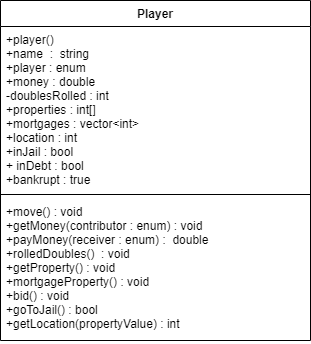
The draw.io diagram Player_Monopoly_UML.drawio.png in NReedel/Monopoly, before a commit. Source tidied: cells renumbered, new cells last; positions are measured from the earlier drawing's top-left corner, leaving out a move shared by most shapes.
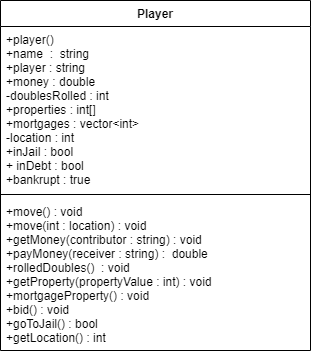
The same file after the commit.

The edit, as a diff of the source:
```diff
@@ -3,16 +3,16 @@
     <mxCell id="0" style="html=1;" />
     <mxCell id="1" style="html=1;" parent="0" />
     <mxCell id="2" value="Player" style="swimlane;fontStyle=1;align=center;verticalAlign=top;horizontal=1;startSize=26;" parent="1" vertex="1">
-      <mxGeometry width="310" height="340" as="geometry" />
+      <mxGeometry width="310" height="350" as="geometry" />
     </mxCell>
-    <mxCell id="3" value="+player()&#10;+name  :  string&#10;+player : enum&#10;+money : double&#10;-doublesRolled : int&#10;+properties : int[]&#10;+mortgages : vector&lt;int&gt;&#10;+location : int&#10;+inJail : bool&#10;+ inDebt : bool&#10;+bankrupt : true&#10;" style="text;strokeColor=none;fillColor=none;align=left;verticalAlign=top;spacingLeft=4;spacingRight=4;overflow=hidden;" parent="2" vertex="1">
+    <mxCell id="3" value="+player()&#10;+name  :  string&#10;+player : string&#10;+money : double&#10;-doublesRolled : int&#10;+properties : int[]&#10;+mortgages : vector&lt;int&gt;&#10;-location : int&#10;+inJail : bool&#10;+ inDebt : bool&#10;+bankrupt : true&#10;" style="text;strokeColor=none;fillColor=none;align=left;verticalAlign=top;spacingLeft=4;spacingRight=4;overflow=hidden;" parent="2" vertex="1">
       <mxGeometry y="26" width="310" height="164" as="geometry" />
     </mxCell>
     <mxCell id="4" style="line;strokeWidth=1;fillColor=none;align=left;verticalAlign=middle;spacingTop=-1;spacingLeft=3;spacingRight=3;labelPosition=right;strokeColor=inherit;" parent="2" vertex="1">
       <mxGeometry y="190" width="310" height="8" as="geometry" />
     </mxCell>
-    <mxCell id="5" value="+move() : void&#10;+getMoney(contributor : enum) : void&#10;+payMoney(receiver : enum) :  double&#10;+rolledDoubles()  : void&#10;+getProperty() : void&#10;+mortgageProperty() : void &#10;+bid() : void &#10;+goToJail() : bool&#10;+getLocation(propertyValue) : int&#10;" style="text;strokeColor=none;fillColor=none;align=left;verticalAlign=top;spacingLeft=4;spacingRight=4;overflow=hidden;" parent="2" vertex="1">
-      <mxGeometry y="198" width="310" height="142" as="geometry" />
+    <mxCell id="5" value="+move() : void&#10;+move(int : location) : void&#10;+getMoney(contributor : string) : void&#10;+payMoney(receiver : string) :  double&#10;+rolledDoubles()  : void&#10;+getProperty(propertyValue : int) : void&#10;+mortgageProperty() : void &#10;+bid() : void &#10;+goToJail() : bool&#10;+getLocation() : int&#10;" style="text;strokeColor=none;fillColor=none;align=left;verticalAlign=top;spacingLeft=4;spacingRight=4;overflow=hidden;" parent="2" vertex="1">
+      <mxGeometry y="198" width="310" height="152" as="geometry" />
     </mxCell>
   </root>
 </mxGraphModel>
```
